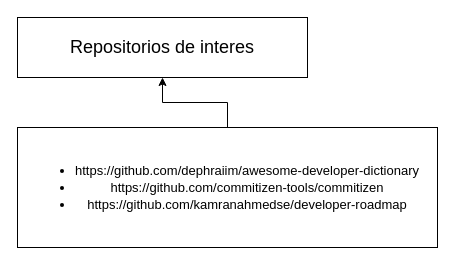
Earlier version of the draw.io diagram page "Key notes" (2 of 2) of Notas de desarrollo influx.drawio (josemanuelep/my_dyagrams). Source tidied: cells renumbered, new cells numbered last; positions are measured from the earlier drawing's top-left corner, leaving out a move shared by most shapes. Both pictures are drawn from the tidied source at 100%, with x=0, y=0 at pixel (17, 17).
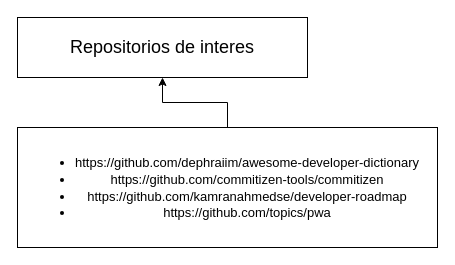
The same page after the edit.

What changed in the source:
```diff
@@
 <mxGraphModel>
   <root>
     <mxCell id="0" />
     <mxCell id="1" parent="0" />
     <mxCell id="2" value="Repositorios de interes" style="rounded=0;whiteSpace=wrap;html=1;fontSize=18;" parent="1" vertex="1">
       <mxGeometry width="290" height="60" as="geometry" />
     </mxCell>
     <mxCell id="3" style="edgeStyle=orthogonalEdgeStyle;rounded=0;jettySize=auto;html=1;fontSize=14;" parent="1" edge="1" source="4" target="2">
       <mxGeometry relative="1" as="geometry" />
     </mxCell>
-    <mxCell id="4" value="&lt;ul&gt;&lt;li&gt;&lt;span style=&quot;font-size: 13px&quot;&gt;https://github.com/dephraiim/awesome-developer-dictionary&lt;/span&gt;&lt;/li&gt;&lt;li&gt;&lt;span style=&quot;font-size: 13px&quot;&gt;https://github.com/commitizen-tools/commitizen&lt;/span&gt;&lt;br&gt;&lt;/li&gt;&lt;li&gt;&lt;span style=&quot;font-size: 13px&quot;&gt;https://github.com/kamranahmedse/developer-roadmap&lt;/span&gt;&lt;br&gt;&lt;/li&gt;&lt;/ul&gt;" style="rounded=0;whiteSpace=wrap;html=1;fontSize=14;" parent="1" vertex="1">
+    <mxCell id="4" value="&lt;ul&gt;&lt;li&gt;&lt;span style=&quot;font-size: 13px&quot;&gt;https://github.com/dephraiim/awesome-developer-dictionary&lt;/span&gt;&lt;/li&gt;&lt;li&gt;&lt;span style=&quot;font-size: 13px&quot;&gt;https://github.com/commitizen-tools/commitizen&lt;/span&gt;&lt;br&gt;&lt;/li&gt;&lt;li&gt;&lt;span style=&quot;font-size: 13px&quot;&gt;https://github.com/kamranahmedse/developer-roadmap&lt;/span&gt;&lt;br&gt;&lt;/li&gt;&lt;li&gt;&lt;span style=&quot;font-size: 13px&quot;&gt;https://github.com/topics/pwa&lt;/span&gt;&lt;br&gt;&lt;/li&gt;&lt;/ul&gt;" style="rounded=0;whiteSpace=wrap;html=1;fontSize=14;" parent="1" vertex="1">
       <mxGeometry y="110" width="420" height="120" as="geometry" />
     </mxCell>
   </root>
 </mxGraphModel>
```
